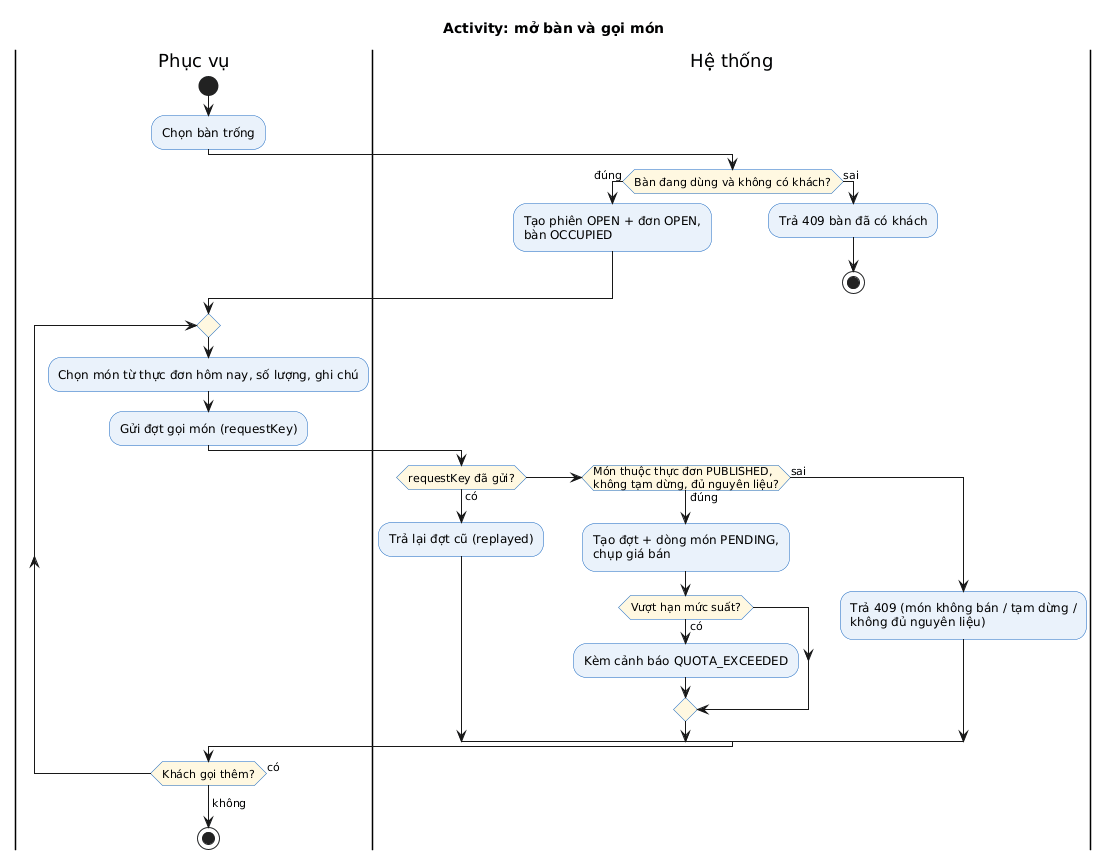
Before: docs/bao-cao-ltnc/uml/act-goi-mon.png, a diagram exported from PlantUML (Anpham120/restaurant-management-system). The source it was exported from:
```plantuml
@startuml
!include _style.iuml
title Activity: mở bàn và gọi món
|Phục vụ|
start
:Chọn bàn trống;
|Hệ thống|
if (Bàn đang dùng và không có khách?) then (đúng)
  :Tạo phiên OPEN + đơn OPEN,\nbàn OCCUPIED;
else (sai)
  :Trả 409 bàn đã có khách;
  stop
endif
|Phục vụ|
repeat
  :Chọn món từ thực đơn hôm nay, số lượng, ghi chú;
  :Gửi đợt gọi món (requestKey);
  |Hệ thống|
  if (requestKey đã gửi?) then (có)
    :Trả lại đợt cũ (replayed);
  elseif (Món thuộc thực đơn PUBLISHED,\nkhông tạm dừng, đủ nguyên liệu?) then (đúng)
    :Tạo đợt + dòng món PENDING,\nchụp giá bán;
    if (Vượt hạn mức suất?) then (có)
      :Kèm cảnh báo QUOTA_EXCEEDED;
    endif
  else (sai)
    :Trả 409 (món không bán / tạm dừng /\nkhông đủ nguyên liệu);
  endif
  |Phục vụ|
repeat while (Khách gọi thêm?) is (có)
->không;
stop
@enduml
```
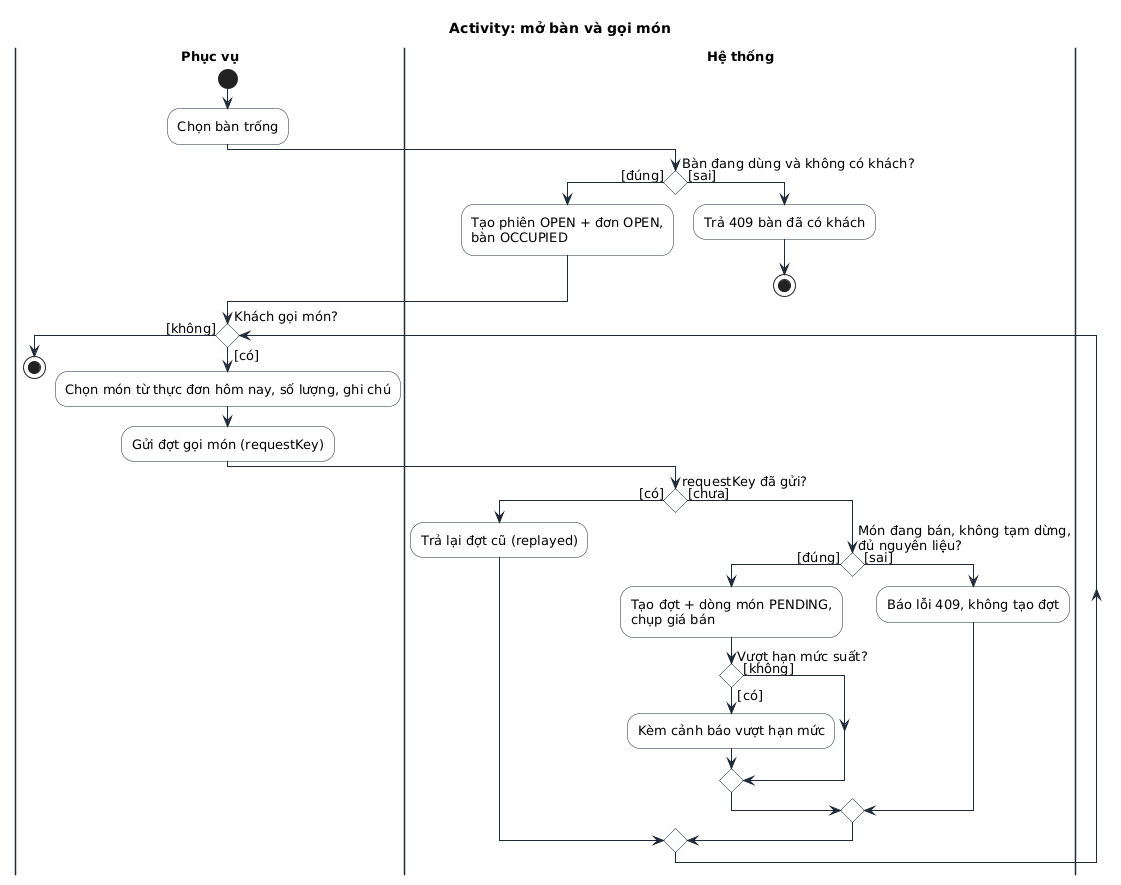
The same diagram one commit later.

What changed in the source:
```diff
@@ -1,33 +1,37 @@
 @startuml
 !include _style.iuml
+skinparam conditionStyle diamond
+skinparam conditionEndStyle diamond
 title Activity: mở bàn và gọi món
 |Phục vụ|
 start
 :Chọn bàn trống;
 |Hệ thống|
-if (Bàn đang dùng và không có khách?) then (đúng)
+if (Bàn đang dùng và không có khách?) then ([đúng])
   :Tạo phiên OPEN + đơn OPEN,\nbàn OCCUPIED;
-else (sai)
+else ([sai])
   :Trả 409 bàn đã có khách;
   stop
 endif
 |Phục vụ|
-repeat
+while (Khách gọi món?) is ([có])
   :Chọn món từ thực đơn hôm nay, số lượng, ghi chú;
   :Gửi đợt gọi món (requestKey);
   |Hệ thống|
-  if (requestKey đã gửi?) then (có)
+  if (requestKey đã gửi?) then ([có])
     :Trả lại đợt cũ (replayed);
-  elseif (Món thuộc thực đơn PUBLISHED,\nkhông tạm dừng, đủ nguyên liệu?) then (đúng)
-    :Tạo đợt + dòng món PENDING,\nchụp giá bán;
-    if (Vượt hạn mức suất?) then (có)
-      :Kèm cảnh báo QUOTA_EXCEEDED;
+  else ([chưa])
+    if (Món đang bán, không tạm dừng,\nđủ nguyên liệu?) then ([đúng])
+      :Tạo đợt + dòng món PENDING,\nchụp giá bán;
+      if (Vượt hạn mức suất?) then ([có])
+        :Kèm cảnh báo vượt hạn mức;
+      else ([không])
+      endif
+    else ([sai])
+      :Báo lỗi 409, không tạo đợt;
     endif
-  else (sai)
-    :Trả 409 (món không bán / tạm dừng /\nkhông đủ nguyên liệu);
   endif
   |Phục vụ|
-repeat while (Khách gọi thêm?) is (có)
-->không;
+endwhile ([không])
 stop
 @enduml
```
